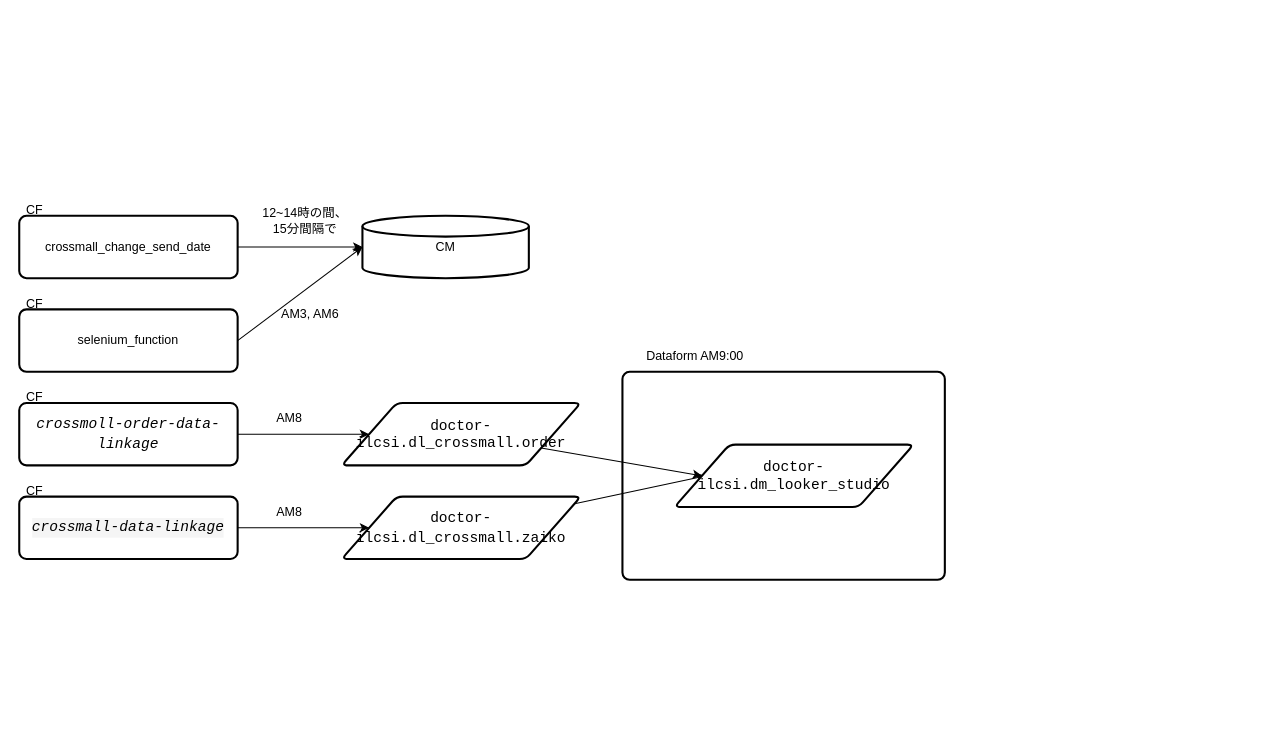
Before: architecture.dio in shunki1001/cm-data-linkage, a draw.io diagram. Source tidied: cells renumbered, new cells numbered last; positions are measured from the earlier drawing's top-left corner, leaving out a move shared by most shapes. Both pictures are drawn from the tidied source at 104%, with x=0, y=0 at pixel (19, 194). Pictures stored in the file or linked from it are replaced by grey dashed boxes.
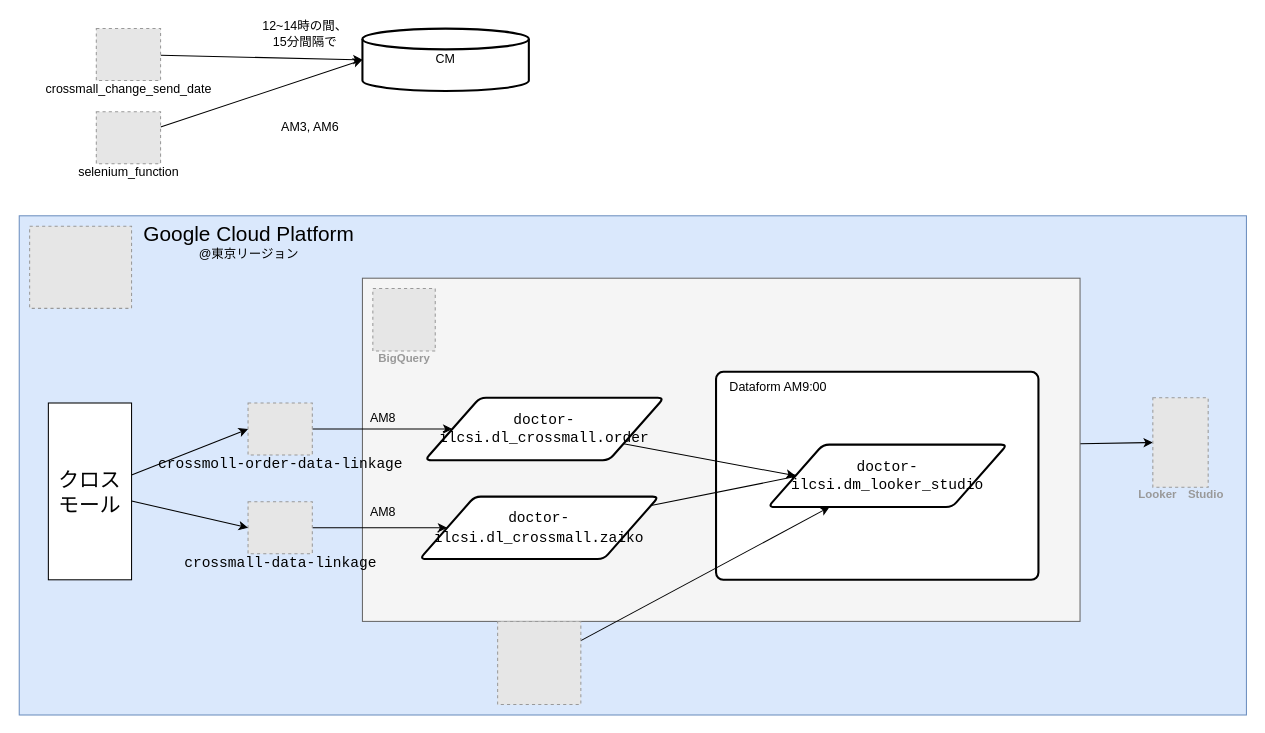
After the change.

What changed in the source:
```diff
@@
+    <mxCell id="26" style="whiteSpace=wrap;html=1;fillColor=#dae8fc;strokeColor=#6c8ebf;" parent="1" vertex="1">
+      <mxGeometry y="20" width="1180" height="480" as="geometry" />
+    </mxCell>
+    <mxCell id="27" style="edgeStyle=none;html=1;entryX=0;entryY=0.5;entryDx=0;entryDy=0;" parent="1" edge="1" source="28" target="30">
+      <mxGeometry relative="1" as="geometry" />
+    </mxCell>
+    <mxCell id="28" style="whiteSpace=wrap;html=1;fillColor=#f5f5f5;fontColor=#333333;strokeColor=#666666;" parent="1" vertex="1">
+      <mxGeometry x="330" y="80" width="690" height="330" as="geometry" />
+    </mxCell>
     <mxCell id="2" value="&lt;div style=&quot;font-family: Consolas, &amp;quot;Courier New&amp;quot;, monospace; font-size: 14px; line-height: 19px;&quot;&gt;&lt;br&gt;&lt;/div&gt;" style="rounded=1;whiteSpace=wrap;html=1;absoluteArcSize=1;arcSize=14;strokeWidth=2;" parent="1" vertex="1">
-      <mxGeometry x="580" y="170" width="310" height="200" as="geometry" />
+      <mxGeometry x="670" y="170" width="310" height="200" as="geometry" />
     </mxCell>
-    <mxCell id="3" style="edgeStyle=none;html=1;entryX=0;entryY=0.5;entryDx=0;entryDy=0;entryPerimeter=0;fontColor=#000000;" parent="1" edge="1" source="4" target="13">
-      <mxGeometry relative="1" as="geometry" />
-    </mxCell>
-    <mxCell id="4" value="crossmall_change_send_date" style="rounded=1;whiteSpace=wrap;html=1;absoluteArcSize=1;arcSize=14;strokeWidth=2;" parent="1" vertex="1">
-      <mxGeometry y="20" width="210" height="60" as="geometry" />
-    </mxCell>
-    <mxCell id="5" style="edgeStyle=none;html=1;entryX=0;entryY=0.5;entryDx=0;entryDy=0;fontColor=#000000;" parent="1" edge="1" source="6" target="8">
-      <mxGeometry relative="1" as="geometry" />
-    </mxCell>
-    <mxCell id="6" value="&lt;div style=&quot;font-family: Consolas, &amp;quot;Courier New&amp;quot;, monospace; font-size: 14px; line-height: 19px;&quot;&gt;&lt;span style=&quot;font-style: italic;&quot;&gt;crossmoll-order-data-linkage&lt;/span&gt;&lt;/div&gt;" style="rounded=1;whiteSpace=wrap;html=1;absoluteArcSize=1;arcSize=14;strokeWidth=2;" parent="1" vertex="1">
-      <mxGeometry y="200" width="210" height="60" as="geometry" />
-    </mxCell>
@@
     <mxCell id="8" value="&lt;span style=&quot;font-family: Consolas, &amp;quot;Courier New&amp;quot;, monospace; font-size: 14px; background-color: initial;&quot;&gt;doctor-ilcsi.dl_crossmall.order&lt;/span&gt;" style="shape=parallelogram;html=1;strokeWidth=2;perimeter=parallelogramPerimeter;whiteSpace=wrap;rounded=1;arcSize=12;size=0.23;" parent="1" vertex="1">
-      <mxGeometry x="310" y="200" width="230" height="60" as="geometry" />
+      <mxGeometry x="390" y="195" width="230" height="60" as="geometry" />
     </mxCell>
-    <mxCell id="9" style="edgeStyle=none;html=1;fontColor=#000000;" parent="1" edge="1" source="10" target="12">
-      <mxGeometry relative="1" as="geometry" />
-    </mxCell>
-    <mxCell id="10" value="&lt;div style=&quot;background-color: rgb(245, 245, 245); font-family: Consolas, &amp;quot;Courier New&amp;quot;, monospace; font-size: 14px; line-height: 19px;&quot;&gt;&lt;span style=&quot;font-style: italic;&quot;&gt;crossmall-data-linkage&lt;/span&gt;&lt;/div&gt;" style="rounded=1;whiteSpace=wrap;html=1;absoluteArcSize=1;arcSize=14;strokeWidth=2;" parent="1" vertex="1">
-      <mxGeometry y="290" width="210" height="60" as="geometry" />
-    </mxCell>
     <mxCell id="11" style="edgeStyle=none;html=1;fontColor=#000000;" parent="1" edge="1" source="12">
       <mxGeometry relative="1" as="geometry">
-        <mxPoint x="660" y="270" as="targetPoint" />
+        <mxPoint x="750" y="270" as="targetPoint" />
       </mxGeometry>
     </mxCell>
     <mxCell id="12" value="&lt;div style=&quot;font-family: Consolas, &amp;quot;Courier New&amp;quot;, monospace; font-size: 14px; line-height: 19px;&quot;&gt;doctor-ilcsi.dl_crossmall.zaiko&lt;/div&gt;" style="shape=parallelogram;html=1;strokeWidth=2;perimeter=parallelogramPerimeter;whiteSpace=wrap;rounded=1;arcSize=12;size=0.23;" parent="1" vertex="1">
-      <mxGeometry x="310" y="290" width="230" height="60" as="geometry" />
+      <mxGeometry x="385" y="290" width="230" height="60" as="geometry" />
     </mxCell>
     <mxCell id="13" value="CM" style="strokeWidth=2;html=1;shape=mxgraph.flowchart.database;whiteSpace=wrap;labelBackgroundColor=none;fontColor=#000000;" parent="1" vertex="1">
-      <mxGeometry x="330" y="20" width="160" height="60" as="geometry" />
+      <mxGeometry x="330" y="-160" width="160" height="60" as="geometry" />
     </mxCell>
     <mxCell id="14" value="12~14時の間、15分間隔で" style="text;strokeColor=none;align=center;fillColor=none;html=1;verticalAlign=middle;whiteSpace=wrap;rounded=0;labelBackgroundColor=none;fontColor=#000000;" parent="1" vertex="1">
-      <mxGeometry x="230" y="10" width="90" height="30" as="geometry" />
+      <mxGeometry x="230" y="-170" width="90" height="30" as="geometry" />
     </mxCell>
     <mxCell id="15" value="AM8" style="text;strokeColor=none;align=center;fillColor=none;html=1;verticalAlign=middle;whiteSpace=wrap;rounded=0;labelBackgroundColor=none;fontColor=#000000;" parent="1" vertex="1">
-      <mxGeometry x="230" y="200" width="60" height="30" as="geometry" />
+      <mxGeometry x="320" y="200" width="60" height="30" as="geometry" />
     </mxCell>
     <mxCell id="16" value="AM8" style="text;strokeColor=none;align=center;fillColor=none;html=1;verticalAlign=middle;whiteSpace=wrap;rounded=0;labelBackgroundColor=none;fontColor=#000000;" parent="1" vertex="1">
-      <mxGeometry x="230" y="290" width="60" height="30" as="geometry" />
+      <mxGeometry x="320" y="290" width="60" height="30" as="geometry" />
     </mxCell>
-    <mxCell id="17" style="edgeStyle=none;html=1;entryX=0;entryY=0.5;entryDx=0;entryDy=0;entryPerimeter=0;fontColor=#000000;exitX=1;exitY=0.5;exitDx=0;exitDy=0;" parent="1" edge="1" source="18" target="13">
-      <mxGeometry relative="1" as="geometry" />
-    </mxCell>
-    <mxCell id="18" value="selenium_function" style="rounded=1;whiteSpace=wrap;html=1;absoluteArcSize=1;arcSize=14;strokeWidth=2;" parent="1" vertex="1">
-      <mxGeometry y="110" width="210" height="60" as="geometry" />
-    </mxCell>
     <mxCell id="19" value="AM3, AM6" style="text;strokeColor=none;align=center;fillColor=none;html=1;verticalAlign=middle;whiteSpace=wrap;rounded=0;labelBackgroundColor=none;fontColor=#000000;" parent="1" vertex="1">
-      <mxGeometry x="250" y="100" width="60" height="30" as="geometry" />
+      <mxGeometry x="250" y="-80" width="60" height="30" as="geometry" />
     </mxCell>
     <mxCell id="20" value="&lt;span style=&quot;font-family: Consolas, &amp;quot;Courier New&amp;quot;, monospace; font-size: 14px; background-color: initial;&quot;&gt;doctor-ilcsi.dm_looker_studio&lt;/span&gt;" style="shape=parallelogram;html=1;strokeWidth=2;perimeter=parallelogramPerimeter;whiteSpace=wrap;rounded=1;arcSize=12;size=0.23;" parent="1" vertex="1">
-      <mxGeometry x="630" y="240" width="230" height="60" as="geometry" />
+      <mxGeometry x="720" y="240" width="230" height="60" as="geometry" />
     </mxCell>
     <mxCell id="21" value="Dataform AM9:00" style="text;strokeColor=none;align=center;fillColor=none;html=1;verticalAlign=middle;whiteSpace=wrap;rounded=0;labelBackgroundColor=none;fontColor=#000000;" parent="1" vertex="1">
-      <mxGeometry x="590" y="140" width="120" height="30" as="geometry" />
+      <mxGeometry x="670" y="170" width="120" height="30" as="geometry" />
     </mxCell>
-    <mxCell id="22" value="CF" style="text;strokeColor=none;align=center;fillColor=none;html=1;verticalAlign=middle;whiteSpace=wrap;rounded=0;labelBackgroundColor=none;fontColor=#000000;" parent="1" vertex="1">
-      <mxGeometry width="30" height="30" as="geometry" />
-    </mxCell>
-    <mxCell id="23" value="CF" style="text;strokeColor=none;align=center;fillColor=none;html=1;verticalAlign=middle;whiteSpace=wrap;rounded=0;labelBackgroundColor=none;fontColor=#000000;" parent="1" vertex="1">
-      <mxGeometry y="90" width="30" height="30" as="geometry" />
-    </mxCell>
-    <mxCell id="24" value="CF" style="text;strokeColor=none;align=center;fillColor=none;html=1;verticalAlign=middle;whiteSpace=wrap;rounded=0;labelBackgroundColor=none;fontColor=#000000;" parent="1" vertex="1">
-      <mxGeometry y="180" width="30" height="30" as="geometry" />
-    </mxCell>
-    <mxCell id="25" value="CF" style="text;strokeColor=none;align=center;fillColor=none;html=1;verticalAlign=middle;whiteSpace=wrap;rounded=0;labelBackgroundColor=none;fontColor=#000000;" parent="1" vertex="1">
-      <mxGeometry y="270" width="30" height="30" as="geometry" />
-    </mxCell>
+    <mxCell id="9" style="edgeStyle=none;html=1;entryX=0;entryY=0.5;entryDx=0;entryDy=0;" parent="1" edge="1" source="10" target="12">
+      <mxGeometry relative="1" as="geometry" />
+    </mxCell>
+    <mxCell id="10" value="&lt;span style=&quot;color: rgb(0, 0, 0); font-family: Consolas, &amp;quot;Courier New&amp;quot;, monospace; font-size: 14px; font-weight: 400;&quot;&gt;crossmall-data-linkage&lt;/span&gt;" style="fillColor=#E6E6E6;strokeColor=#999999;dashed=1;html=1;verticalAlign=top;labelPosition=center;verticalLabelPosition=bottom;align=center;spacingTop=-6;fontSize=11;fontStyle=1;fontColor=#999999;" parent="1" vertex="1">
+      <mxGeometry x="220" y="295" width="61.8" height="50" as="geometry" />
+    </mxCell>
+    <mxCell id="5" style="edgeStyle=none;html=1;entryX=0;entryY=0.5;entryDx=0;entryDy=0;" parent="1" edge="1" source="6" target="8">
+      <mxGeometry relative="1" as="geometry" />
+    </mxCell>
+    <mxCell id="6" value="&lt;span style=&quot;color: rgb(0, 0, 0); font-family: Consolas, &amp;quot;Courier New&amp;quot;, monospace; font-size: 14px; font-weight: 400;&quot;&gt;crossmoll-order-data-linkage&lt;/span&gt;" style="fillColor=#E6E6E6;strokeColor=#999999;dashed=1;html=1;verticalAlign=top;labelPosition=center;verticalLabelPosition=bottom;align=center;spacingTop=-6;fontSize=11;fontStyle=1;fontColor=#999999;" parent="1" vertex="1">
+      <mxGeometry x="220" y="200" width="61.8" height="50" as="geometry" />
+    </mxCell>
+    <mxCell id="17" style="edgeStyle=none;html=1;entryX=0;entryY=0.5;entryDx=0;entryDy=0;entryPerimeter=0;" parent="1" edge="1" source="18" target="13">
+      <mxGeometry relative="1" as="geometry" />
+    </mxCell>
+    <mxCell id="18" value="&lt;span style=&quot;color: rgb(0, 0, 0); font-size: 12px; font-weight: 400;&quot;&gt;selenium_function&lt;/span&gt;" style="fillColor=#E6E6E6;strokeColor=#999999;dashed=1;html=1;verticalAlign=top;labelPosition=center;verticalLabelPosition=bottom;align=center;spacingTop=-6;fontSize=11;fontStyle=1;fontColor=#999999;" parent="1" vertex="1">
+      <mxGeometry x="74.1" y="-80" width="61.8" height="50" as="geometry" />
+    </mxCell>
+    <mxCell id="3" style="edgeStyle=none;html=1;entryX=0;entryY=0.5;entryDx=0;entryDy=0;entryPerimeter=0;" parent="1" edge="1" source="4" target="13">
+      <mxGeometry relative="1" as="geometry" />
+    </mxCell>
+    <mxCell id="4" value="&lt;span style=&quot;color: rgb(0, 0, 0); font-size: 12px; font-weight: 400;&quot;&gt;crossmall_change_send_date&lt;/span&gt;" style="fillColor=#E6E6E6;strokeColor=#999999;dashed=1;html=1;verticalAlign=top;labelPosition=center;verticalLabelPosition=bottom;align=center;spacingTop=-6;fontSize=11;fontStyle=1;fontColor=#999999;" parent="1" vertex="1">
+      <mxGeometry x="74.1" y="-160" width="61.8" height="50" as="geometry" />
+    </mxCell>
+    <mxCell id="29" value="BigQuery" style="fillColor=#E6E6E6;strokeColor=#999999;dashed=1;html=1;verticalAlign=top;labelPosition=center;verticalLabelPosition=bottom;align=center;spacingTop=-6;fontSize=11;fontStyle=1;fontColor=#999999;" parent="1" vertex="1">
+      <mxGeometry x="340" y="90" width="60" height="60" as="geometry" />
+    </mxCell>
+    <mxCell id="30" value="Looker　Studio" style="fillColor=#E6E6E6;strokeColor=#999999;dashed=1;html=1;verticalAlign=top;labelPosition=center;verticalLabelPosition=bottom;align=center;spacingTop=-6;fontSize=11;fontStyle=1;fontColor=#999999;" parent="1" vertex="1">
+      <mxGeometry x="1090" y="195" width="53.2" height="86" as="geometry" />
+    </mxCell>
+    <mxCell id="31" style="fillColor=#E6E6E6;strokeColor=#999999;dashed=1;verticalLabelPosition=bottom;labelBackgroundColor=default;verticalAlign=top;" parent="1" vertex="1">
+      <mxGeometry x="10" y="30" width="98" height="79" as="geometry" />
+    </mxCell>
+    <mxCell id="32" value="&lt;font style=&quot;font-size: 20px;&quot;&gt;Google Cloud Platform&lt;br&gt;&lt;/font&gt;@東京リージョン" style="text;strokeColor=none;align=center;fillColor=none;html=1;verticalAlign=middle;whiteSpace=wrap;rounded=0;" parent="1" vertex="1">
+      <mxGeometry x="100" y="30" width="242" height="30" as="geometry" />
+    </mxCell>
+    <mxCell id="33" style="edgeStyle=none;html=1;fontSize=20;" parent="1" edge="1" source="34" target="20">
+      <mxGeometry relative="1" as="geometry" />
+    </mxCell>
+    <mxCell id="34" style="fillColor=#E6E6E6;strokeColor=#999999;dashed=1;verticalLabelPosition=bottom;labelBackgroundColor=default;verticalAlign=top;" parent="1" vertex="1">
+      <mxGeometry x="460" y="410" width="80" height="80" as="geometry" />
+    </mxCell>
+    <mxCell id="35" style="edgeStyle=none;html=1;entryX=0;entryY=0.5;entryDx=0;entryDy=0;fontSize=20;" parent="1" edge="1" source="37" target="6">
+      <mxGeometry relative="1" as="geometry" />
+    </mxCell>
+    <mxCell id="36" style="edgeStyle=none;html=1;entryX=0;entryY=0.5;entryDx=0;entryDy=0;fontSize=20;" parent="1" edge="1" source="37" target="10">
+      <mxGeometry relative="1" as="geometry" />
+    </mxCell>
+    <mxCell id="37" value="クロスモール" style="whiteSpace=wrap;html=1;labelBackgroundColor=none;fontSize=20;" parent="1" vertex="1">
+      <mxGeometry x="28" y="200" width="80" height="170" as="geometry" />
+    </mxCell>
```
